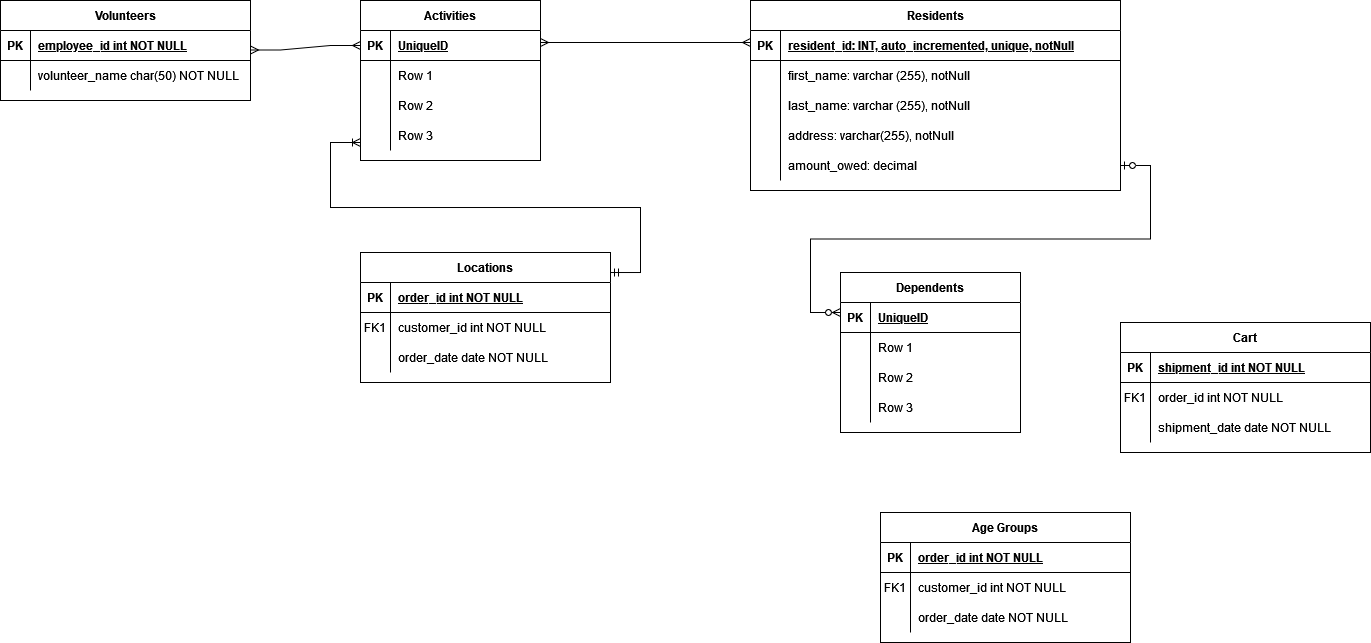
Before: 340.drawio.png, a diagram exported from draw.io (arse0039/340_db). Source tidied: cells renumbered, new cells last; positions are measured from the earlier drawing's top-left corner, leaving out a move shared by most shapes.
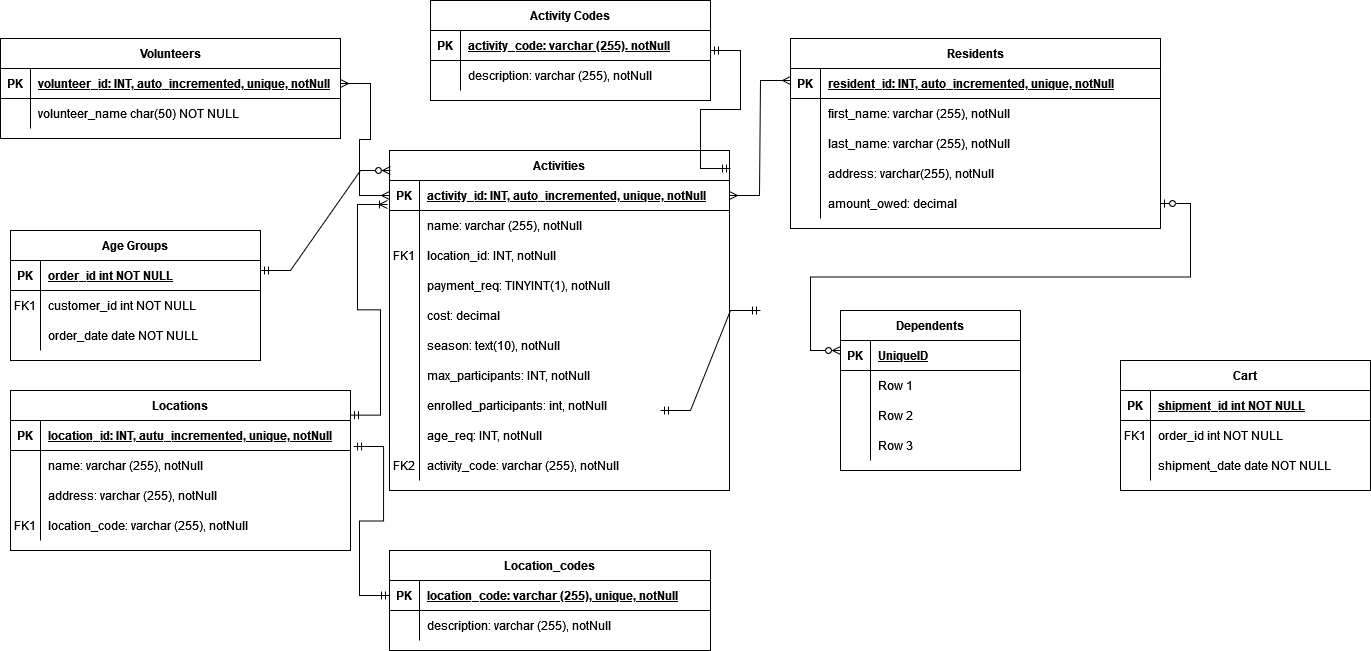
Above is the later version.

What changed in the source:
```diff
@@ -5,6 +5,6 @@
     <mxCell id="2" value="Locations" style="shape=table;startSize=30;rowLines=0;fontStyle=1;align=center;" parent="1" vertex="1">
-      <mxGeometry x="360" y="252" width="250" height="130" as="geometry" />
+      <mxGeometry x="10" y="352" width="340" height="160" as="geometry" />
     </mxCell>
     <mxCell id="3" style="shape=partialRectangle;fillColor=none;points=[[0,0.5],[1,0.5]];portConstraint=eastwest;top=0;left=0;right=0;bottom=1;" parent="2" vertex="1">
-      <mxGeometry y="30" width="250" height="30" as="geometry" />
+      <mxGeometry y="30" width="340" height="30" as="geometry" />
     </mxCell>
@@ -13,16 +13,16 @@
     </mxCell>
-    <mxCell id="5" value="order_id int NOT NULL " style="shape=partialRectangle;overflow=hidden;fillColor=none;top=0;left=0;bottom=0;right=0;align=left;spacingLeft=6;fontStyle=5;" parent="3" vertex="1">
-      <mxGeometry x="30" width="220" height="30" as="geometry" />
+    <mxCell id="5" value="location_id: INT, autu_incremented, unique, notNull" style="shape=partialRectangle;overflow=hidden;fillColor=none;top=0;left=0;bottom=0;right=0;align=left;spacingLeft=6;fontStyle=5;" parent="3" vertex="1">
+      <mxGeometry x="30" width="310" height="30" as="geometry" />
     </mxCell>
     <mxCell id="6" style="shape=partialRectangle;fillColor=none;top=0;left=0;right=0;bottom=0;" parent="2" vertex="1">
-      <mxGeometry y="60" width="250" height="30" as="geometry" />
+      <mxGeometry y="60" width="340" height="30" as="geometry" />
     </mxCell>
-    <mxCell id="7" value="FK1" style="shape=partialRectangle;overflow=hidden;fillColor=none;top=0;left=0;bottom=0;right=0;" parent="6" vertex="1">
+    <mxCell id="7" style="shape=partialRectangle;overflow=hidden;fillColor=none;top=0;left=0;bottom=0;right=0;" parent="6" vertex="1">
       <mxGeometry width="30" height="30" as="geometry" />
     </mxCell>
-    <mxCell id="8" value="customer_id int NOT NULL" style="shape=partialRectangle;overflow=hidden;fillColor=none;top=0;left=0;bottom=0;right=0;align=left;spacingLeft=6;" parent="6" vertex="1">
-      <mxGeometry x="30" width="220" height="30" as="geometry" />
+    <mxCell id="8" value="name: varchar (255), notNull" style="shape=partialRectangle;overflow=hidden;fillColor=none;top=0;left=0;bottom=0;right=0;align=left;spacingLeft=6;" parent="6" vertex="1">
+      <mxGeometry x="30" width="310" height="30" as="geometry" />
     </mxCell>
     <mxCell id="9" style="shape=partialRectangle;fillColor=none;top=0;left=0;right=0;bottom=0;" parent="2" vertex="1">
-      <mxGeometry y="90" width="250" height="30" as="geometry" />
+      <mxGeometry y="90" width="340" height="30" as="geometry" />
     </mxCell>
@@ -31,10 +31,19 @@
     </mxCell>
-    <mxCell id="11" value="order_date date NOT NULL" style="shape=partialRectangle;overflow=hidden;fillColor=none;top=0;left=0;bottom=0;right=0;align=left;spacingLeft=6;" parent="9" vertex="1">
-      <mxGeometry x="30" width="220" height="30" as="geometry" />
+    <mxCell id="11" value="address: varchar (255), notNull" style="shape=partialRectangle;overflow=hidden;fillColor=none;top=0;left=0;bottom=0;right=0;align=left;spacingLeft=6;" parent="9" vertex="1">
+      <mxGeometry x="30" width="310" height="30" as="geometry" />
     </mxCell>
+    <mxCell id="85" style="shape=partialRectangle;fillColor=none;top=0;left=0;right=0;bottom=0;" parent="2" vertex="1">
+      <mxGeometry y="120" width="340" height="30" as="geometry" />
+    </mxCell>
+    <mxCell id="86" value="FK1" style="shape=partialRectangle;overflow=hidden;fillColor=none;top=0;left=0;bottom=0;right=0;" parent="85" vertex="1">
+      <mxGeometry width="30" height="30" as="geometry" />
+    </mxCell>
+    <mxCell id="87" value="location_code: varchar (255), notNull" style="shape=partialRectangle;overflow=hidden;fillColor=none;top=0;left=0;bottom=0;right=0;align=left;spacingLeft=6;" parent="85" vertex="1">
+      <mxGeometry x="30" width="310" height="30" as="geometry" />
+    </mxCell>
     <mxCell id="12" value="Volunteers" style="shape=table;startSize=30;rowLines=0;fontStyle=1;align=center;" parent="1" vertex="1">
-      <mxGeometry width="250" height="100" as="geometry" />
+      <mxGeometry width="340" height="100" as="geometry" />
     </mxCell>
     <mxCell id="13" style="shape=partialRectangle;fillColor=none;points=[[0,0.5],[1,0.5]];portConstraint=eastwest;top=0;left=0;right=0;bottom=1;" parent="12" vertex="1">
-      <mxGeometry y="30" width="250" height="30" as="geometry" />
+      <mxGeometry y="30" width="340" height="30" as="geometry" />
     </mxCell>
@@ -43,7 +52,7 @@
     </mxCell>
-    <mxCell id="15" value="employee_id int NOT NULL " style="shape=partialRectangle;overflow=hidden;fillColor=none;top=0;left=0;bottom=0;right=0;align=left;spacingLeft=6;fontStyle=5;" parent="13" vertex="1">
-      <mxGeometry x="30" width="220" height="30" as="geometry" />
+    <mxCell id="15" value="volunteer_id: INT, auto_incremented, unique, notNull" style="shape=partialRectangle;overflow=hidden;fillColor=none;top=0;left=0;bottom=0;right=0;align=left;spacingLeft=6;fontStyle=5;" parent="13" vertex="1">
+      <mxGeometry x="30" width="310" height="30" as="geometry" />
     </mxCell>
     <mxCell id="16" style="shape=partialRectangle;fillColor=none;top=0;left=0;right=0;bottom=0;" parent="12" vertex="1">
-      <mxGeometry y="60" width="250" height="30" as="geometry" />
+      <mxGeometry y="60" width="340" height="30" as="geometry" />
     </mxCell>
@@ -53,6 +62,6 @@
     <mxCell id="18" value="volunteer_name char(50) NOT NULL" style="shape=partialRectangle;overflow=hidden;fillColor=none;top=0;left=0;bottom=0;right=0;align=left;spacingLeft=6;" parent="16" vertex="1">
-      <mxGeometry x="30" width="220" height="30" as="geometry" />
+      <mxGeometry x="30" width="310" height="30" as="geometry" />
     </mxCell>
     <mxCell id="19" value="Age Groups" style="shape=table;startSize=30;rowLines=0;fontStyle=1;align=center;" parent="1" vertex="1">
-      <mxGeometry x="880" y="512" width="250" height="130" as="geometry" />
+      <mxGeometry x="10" y="192" width="250" height="130" as="geometry" />
     </mxCell>
@@ -116,3 +125,3 @@
     <mxCell id="39" value="Residents" style="shape=table;startSize=30;rowLines=0;fontStyle=1;align=center;" parent="1" vertex="1">
-      <mxGeometry x="750" width="370" height="190" as="geometry" />
+      <mxGeometry x="790" width="370" height="190" as="geometry" />
     </mxCell>
@@ -164,6 +173,6 @@
     <mxCell id="55" value="Activities" style="shape=table;startSize=30;rowLines=0;fontStyle=1;align=center;" parent="1" vertex="1">
-      <mxGeometry x="360" width="180" height="160" as="geometry" />
+      <mxGeometry x="389" y="112" width="340" height="340" as="geometry" />
     </mxCell>
     <mxCell id="56" style="shape=tableRow;horizontal=0;startSize=0;swimlaneHead=0;swimlaneBody=0;fillColor=none;points=[[0,0.5],[1,0.5]];portConstraint=eastwest;top=0;left=0;right=0;bottom=1;" parent="55" vertex="1">
-      <mxGeometry y="30" width="180" height="30" as="geometry" />
+      <mxGeometry y="30" width="340" height="30" as="geometry" />
     </mxCell>
@@ -172,7 +181,7 @@
     </mxCell>
-    <mxCell id="58" value="UniqueID" style="shape=partialRectangle;fillColor=none;top=0;left=0;bottom=0;right=0;align=left;spacingLeft=6;fontStyle=5;overflow=hidden;" parent="56" vertex="1">
-      <mxGeometry x="30" width="150" height="30" as="geometry" />
+    <mxCell id="58" value="activity_id: INT, auto_incremented, unique, notNull" style="shape=partialRectangle;fillColor=none;top=0;left=0;bottom=0;right=0;align=left;spacingLeft=6;fontStyle=5;overflow=hidden;" parent="56" vertex="1">
+      <mxGeometry x="30" width="310" height="30" as="geometry" />
     </mxCell>
     <mxCell id="59" style="shape=tableRow;horizontal=0;startSize=0;swimlaneHead=0;swimlaneBody=0;fillColor=none;top=0;left=0;right=0;bottom=0;" parent="55" vertex="1">
-      <mxGeometry y="60" width="180" height="30" as="geometry" />
+      <mxGeometry y="60" width="340" height="30" as="geometry" />
     </mxCell>
@@ -181,16 +190,16 @@
     </mxCell>
-    <mxCell id="61" value="Row 1" style="shape=partialRectangle;fillColor=none;top=0;left=0;bottom=0;right=0;align=left;spacingLeft=6;overflow=hidden;" parent="59" vertex="1">
-      <mxGeometry x="30" width="150" height="30" as="geometry" />
+    <mxCell id="61" value="name: varchar (255), notNull" style="shape=partialRectangle;fillColor=none;top=0;left=0;bottom=0;right=0;align=left;spacingLeft=6;overflow=hidden;" parent="59" vertex="1">
+      <mxGeometry x="30" width="310" height="30" as="geometry" />
     </mxCell>
     <mxCell id="62" style="shape=tableRow;horizontal=0;startSize=0;swimlaneHead=0;swimlaneBody=0;fillColor=none;top=0;left=0;right=0;bottom=0;" parent="55" vertex="1">
-      <mxGeometry y="90" width="180" height="30" as="geometry" />
+      <mxGeometry y="90" width="340" height="30" as="geometry" />
     </mxCell>
-    <mxCell id="63" style="shape=partialRectangle;fillColor=none;top=0;left=0;bottom=0;right=0;overflow=hidden;" parent="62" vertex="1">
+    <mxCell id="63" value="FK1" style="shape=partialRectangle;fillColor=none;top=0;left=0;bottom=0;right=0;overflow=hidden;" parent="62" vertex="1">
       <mxGeometry width="30" height="30" as="geometry" />
     </mxCell>
-    <mxCell id="64" value="Row 2" style="shape=partialRectangle;fillColor=none;top=0;left=0;bottom=0;right=0;align=left;spacingLeft=6;overflow=hidden;" parent="62" vertex="1">
-      <mxGeometry x="30" width="150" height="30" as="geometry" />
+    <mxCell id="64" value="location_id: INT, notNull" style="shape=partialRectangle;fillColor=none;top=0;left=0;bottom=0;right=0;align=left;spacingLeft=6;overflow=hidden;" parent="62" vertex="1">
+      <mxGeometry x="30" width="310" height="30" as="geometry" />
     </mxCell>
     <mxCell id="65" style="shape=tableRow;horizontal=0;startSize=0;swimlaneHead=0;swimlaneBody=0;fillColor=none;top=0;left=0;right=0;bottom=0;" parent="55" vertex="1">
-      <mxGeometry y="120" width="180" height="30" as="geometry" />
+      <mxGeometry y="120" width="340" height="30" as="geometry" />
     </mxCell>
@@ -199,15 +208,66 @@
     </mxCell>
-    <mxCell id="67" value="Row 3" style="shape=partialRectangle;fillColor=none;top=0;left=0;bottom=0;right=0;align=left;spacingLeft=6;overflow=hidden;" parent="65" vertex="1">
-      <mxGeometry x="30" width="150" height="30" as="geometry" />
+    <mxCell id="67" value="payment_req: TINYINT(1), notNull" style="shape=partialRectangle;fillColor=none;top=0;left=0;bottom=0;right=0;align=left;spacingLeft=6;overflow=hidden;" parent="65" vertex="1">
+      <mxGeometry x="30" width="310" height="30" as="geometry" />
     </mxCell>
+    <mxCell id="88" style="shape=tableRow;horizontal=0;startSize=0;swimlaneHead=0;swimlaneBody=0;fillColor=none;top=0;left=0;right=0;bottom=0;" parent="55" vertex="1">
+      <mxGeometry y="150" width="340" height="30" as="geometry" />
+    </mxCell>
+    <mxCell id="89" style="shape=partialRectangle;fillColor=none;top=0;left=0;bottom=0;right=0;overflow=hidden;" parent="88" vertex="1">
+      <mxGeometry width="30" height="30" as="geometry" />
+    </mxCell>
+    <mxCell id="90" value="cost: decimal" style="shape=partialRectangle;fillColor=none;top=0;left=0;bottom=0;right=0;align=left;spacingLeft=6;overflow=hidden;" parent="88" vertex="1">
+      <mxGeometry x="30" width="310" height="30" as="geometry" />
+    </mxCell>
+    <mxCell id="91" style="shape=tableRow;horizontal=0;startSize=0;swimlaneHead=0;swimlaneBody=0;fillColor=none;top=0;left=0;right=0;bottom=0;" parent="55" vertex="1">
+      <mxGeometry y="180" width="340" height="30" as="geometry" />
+    </mxCell>
+    <mxCell id="92" style="shape=partialRectangle;fillColor=none;top=0;left=0;bottom=0;right=0;overflow=hidden;" parent="91" vertex="1">
+      <mxGeometry width="30" height="30" as="geometry" />
+    </mxCell>
+    <mxCell id="93" value="season: text(10), notNull    " style="shape=partialRectangle;fillColor=none;top=0;left=0;bottom=0;right=0;align=left;spacingLeft=6;overflow=hidden;" parent="91" vertex="1">
+      <mxGeometry x="30" width="310" height="30" as="geometry" />
+    </mxCell>
+    <mxCell id="94" style="shape=tableRow;horizontal=0;startSize=0;swimlaneHead=0;swimlaneBody=0;fillColor=none;top=0;left=0;right=0;bottom=0;" parent="55" vertex="1">
+      <mxGeometry y="210" width="340" height="30" as="geometry" />
+    </mxCell>
+    <mxCell id="95" style="shape=partialRectangle;fillColor=none;top=0;left=0;bottom=0;right=0;overflow=hidden;" parent="94" vertex="1">
+      <mxGeometry width="30" height="30" as="geometry" />
+    </mxCell>
+    <mxCell id="96" value="max_participants: INT, notNull " style="shape=partialRectangle;fillColor=none;top=0;left=0;bottom=0;right=0;align=left;spacingLeft=6;overflow=hidden;" parent="94" vertex="1">
+      <mxGeometry x="30" width="310" height="30" as="geometry" />
+    </mxCell>
+    <mxCell id="97" style="shape=tableRow;horizontal=0;startSize=0;swimlaneHead=0;swimlaneBody=0;fillColor=none;top=0;left=0;right=0;bottom=0;" parent="55" vertex="1">
+      <mxGeometry y="240" width="340" height="30" as="geometry" />
+    </mxCell>
+    <mxCell id="98" style="shape=partialRectangle;fillColor=none;top=0;left=0;bottom=0;right=0;overflow=hidden;" parent="97" vertex="1">
+      <mxGeometry width="30" height="30" as="geometry" />
+    </mxCell>
+    <mxCell id="99" value="enrolled_participants: int, notNull" style="shape=partialRectangle;fillColor=none;top=0;left=0;bottom=0;right=0;align=left;spacingLeft=6;overflow=hidden;" parent="97" vertex="1">
+      <mxGeometry x="30" width="310" height="30" as="geometry" />
+    </mxCell>
+    <mxCell id="100" style="shape=tableRow;horizontal=0;startSize=0;swimlaneHead=0;swimlaneBody=0;fillColor=none;top=0;left=0;right=0;bottom=0;" parent="55" vertex="1">
+      <mxGeometry y="270" width="340" height="30" as="geometry" />
+    </mxCell>
+    <mxCell id="101" style="shape=partialRectangle;fillColor=none;top=0;left=0;bottom=0;right=0;overflow=hidden;" parent="100" vertex="1">
+      <mxGeometry width="30" height="30" as="geometry" />
+    </mxCell>
+    <mxCell id="102" value="age_req: INT, notNull" style="shape=partialRectangle;fillColor=none;top=0;left=0;bottom=0;right=0;align=left;spacingLeft=6;overflow=hidden;" parent="100" vertex="1">
+      <mxGeometry x="30" width="310" height="30" as="geometry" />
+    </mxCell>
+    <mxCell id="103" style="shape=tableRow;horizontal=0;startSize=0;swimlaneHead=0;swimlaneBody=0;fillColor=none;top=0;left=0;right=0;bottom=0;" parent="55" vertex="1">
+      <mxGeometry y="300" width="340" height="30" as="geometry" />
+    </mxCell>
+    <mxCell id="104" value="FK2" style="shape=partialRectangle;fillColor=none;top=0;left=0;bottom=0;right=0;overflow=hidden;" parent="103" vertex="1">
+      <mxGeometry width="30" height="30" as="geometry" />
+    </mxCell>
+    <mxCell id="105" value="activity_code: varchar (255), notNull" style="shape=partialRectangle;fillColor=none;top=0;left=0;bottom=0;right=0;align=left;spacingLeft=6;overflow=hidden;" parent="103" vertex="1">
+      <mxGeometry x="30" width="310" height="30" as="geometry" />
+    </mxCell>
-    <mxCell id="68" style="edgeStyle=entityRelationEdgeStyle;fontSize=12;html=1;endArrow=ERmany;startArrow=ERmany;rounded=0;" parent="1" edge="1">
+    <mxCell id="68" style="edgeStyle=entityRelationEdgeStyle;fontSize=12;html=1;endArrow=ERmany;startArrow=ERmany;rounded=0;exitX=1;exitY=0.5;exitDx=0;exitDy=0;" parent="1" edge="1" source="56">
       <mxGeometry relative="1" as="geometry">
-        <mxPoint x="540" y="42" as="sourcePoint" />
-        <mxPoint x="750" y="42" as="targetPoint" />
+        <mxPoint x="790" y="42" as="targetPoint" />
       </mxGeometry>
     </mxCell>
-    <mxCell id="69" style="edgeStyle=entityRelationEdgeStyle;fontSize=12;html=1;endArrow=ERmany;startArrow=ERmany;rounded=0;entryX=0;entryY=0.5;entryDx=0;entryDy=0;" parent="1" edge="1" target="56">
-      <mxGeometry relative="1" as="geometry">
-        <mxPoint x="250" y="49.5" as="sourcePoint" />
-      </mxGeometry>
+    <mxCell id="69" style="edgeStyle=entityRelationEdgeStyle;fontSize=12;html=1;endArrow=ERmany;startArrow=ERmany;rounded=0;entryX=0;entryY=0.5;entryDx=0;entryDy=0;exitX=1;exitY=0.5;exitDx=0;exitDy=0;" parent="1" edge="1" source="13" target="56">
+      <mxGeometry relative="1" as="geometry" />
     </mxCell>
@@ -257,7 +317,65 @@
     </mxCell>
-    <mxCell id="84" style="edgeStyle=entityRelationEdgeStyle;fontSize=12;html=1;endArrow=ERoneToMany;startArrow=ERmandOne;rounded=0;exitX=1;exitY=0.154;exitDx=0;exitDy=0;exitPerimeter=0;" parent="1" edge="1" source="2">
-      <mxGeometry relative="1" as="geometry">
-        <mxPoint x="360" y="142" as="targetPoint" />
-      </mxGeometry>
+    <mxCell id="84" style="edgeStyle=entityRelationEdgeStyle;fontSize=12;html=1;endArrow=ERoneToMany;startArrow=ERmandOne;rounded=0;exitX=1;exitY=0.154;exitDx=0;exitDy=0;exitPerimeter=0;entryX=-0.006;entryY=0.8;entryDx=0;entryDy=0;entryPerimeter=0;" parent="1" edge="1" source="2" target="56">
+      <mxGeometry relative="1" as="geometry" />
     </mxCell>
+    <mxCell id="106" style="edgeStyle=entityRelationEdgeStyle;fontSize=12;html=1;endArrow=ERzeroToMany;startArrow=ERmandOne;rounded=0;" parent="1" edge="1">
+      <mxGeometry relative="1" as="geometry">
+        <mxPoint x="260" y="232" as="sourcePoint" />
+        <mxPoint x="390" y="132" as="targetPoint" />
+      </mxGeometry>
+    </mxCell>
+    <mxCell id="107" value="Activity Codes" style="shape=table;startSize=30;rowLines=0;fontStyle=1;align=center;" parent="1" vertex="1">
+      <mxGeometry x="430" y="-38" width="280" height="100" as="geometry" />
+    </mxCell>
+    <mxCell id="108" style="shape=tableRow;horizontal=0;startSize=0;swimlaneHead=0;swimlaneBody=0;fillColor=none;top=0;left=0;right=0;bottom=1;" parent="107" vertex="1">
+      <mxGeometry y="30" width="280" height="30" as="geometry" />
+    </mxCell>
+    <mxCell id="109" value="PK" style="shape=partialRectangle;fillColor=none;top=0;left=0;bottom=0;right=0;fontStyle=1;overflow=hidden;" parent="108" vertex="1">
+      <mxGeometry width="30" height="30" as="geometry" />
+    </mxCell>
+    <mxCell id="110" value="activity_code: varchar (255). notNull" style="shape=partialRectangle;fillColor=none;top=0;left=0;bottom=0;right=0;align=left;spacingLeft=6;fontStyle=5;overflow=hidden;" parent="108" vertex="1">
+      <mxGeometry x="30" width="250" height="30" as="geometry" />
+    </mxCell>
+    <mxCell id="111" style="shape=tableRow;horizontal=0;startSize=0;swimlaneHead=0;swimlaneBody=0;fillColor=none;top=0;left=0;right=0;bottom=0;" parent="107" vertex="1">
+      <mxGeometry y="60" width="280" height="30" as="geometry" />
+    </mxCell>
+    <mxCell id="112" style="shape=partialRectangle;fillColor=none;top=0;left=0;bottom=0;right=0;overflow=hidden;" parent="111" vertex="1">
+      <mxGeometry width="30" height="30" as="geometry" />
+    </mxCell>
+    <mxCell id="113" value="description: varchar (255), notNull" style="shape=partialRectangle;fillColor=none;top=0;left=0;bottom=0;right=0;align=left;spacingLeft=6;overflow=hidden;" parent="111" vertex="1">
+      <mxGeometry x="30" width="250" height="30" as="geometry" />
+    </mxCell>
+    <mxCell id="114" style="edgeStyle=entityRelationEdgeStyle;fontSize=12;html=1;endArrow=ERmandOne;startArrow=ERmandOne;rounded=0;" parent="1" edge="1">
+      <mxGeometry relative="1" as="geometry">
+        <mxPoint x="660" y="372" as="sourcePoint" />
+        <mxPoint x="760" y="272" as="targetPoint" />
+      </mxGeometry>
+    </mxCell>
+    <mxCell id="115" style="edgeStyle=entityRelationEdgeStyle;fontSize=12;html=1;endArrow=ERmandOne;startArrow=ERmandOne;rounded=0;exitX=1.003;exitY=0.053;exitDx=0;exitDy=0;exitPerimeter=0;entryX=1;entryY=0.5;entryDx=0;entryDy=0;" parent="1" edge="1" source="55" target="107">
+      <mxGeometry relative="1" as="geometry" />
+    </mxCell>
+    <mxCell id="116" value="Location_codes" style="shape=table;startSize=30;rowLines=0;fontStyle=1;align=center;" parent="1" vertex="1">
+      <mxGeometry x="389" y="512" width="321" height="100" as="geometry" />
+    </mxCell>
+    <mxCell id="117" style="shape=tableRow;horizontal=0;startSize=0;swimlaneHead=0;swimlaneBody=0;fillColor=none;points=[[0,0.5],[1,0.5]];portConstraint=eastwest;top=0;left=0;right=0;bottom=1;" parent="116" vertex="1">
+      <mxGeometry y="30" width="321" height="30" as="geometry" />
+    </mxCell>
+    <mxCell id="118" value="PK" style="shape=partialRectangle;fillColor=none;top=0;left=0;bottom=0;right=0;fontStyle=1;overflow=hidden;" parent="117" vertex="1">
+      <mxGeometry width="30" height="30" as="geometry" />
+    </mxCell>
+    <mxCell id="119" value="location_code: varchar (255), unique, notNull" style="shape=partialRectangle;fillColor=none;top=0;left=0;bottom=0;right=0;align=left;spacingLeft=6;fontStyle=5;overflow=hidden;" parent="117" vertex="1">
+      <mxGeometry x="30" width="291" height="30" as="geometry" />
+    </mxCell>
+    <mxCell id="120" style="shape=tableRow;horizontal=0;startSize=0;swimlaneHead=0;swimlaneBody=0;fillColor=none;top=0;left=0;right=0;bottom=0;" parent="116" vertex="1">
+      <mxGeometry y="60" width="321" height="30" as="geometry" />
+    </mxCell>
+    <mxCell id="121" style="shape=partialRectangle;fillColor=none;top=0;left=0;bottom=0;right=0;overflow=hidden;" parent="120" vertex="1">
+      <mxGeometry width="30" height="30" as="geometry" />
+    </mxCell>
+    <mxCell id="122" value="description: varchar (255), notNull" style="shape=partialRectangle;fillColor=none;top=0;left=0;bottom=0;right=0;align=left;spacingLeft=6;overflow=hidden;" parent="120" vertex="1">
+      <mxGeometry x="30" width="291" height="30" as="geometry" />
+    </mxCell>
+    <mxCell id="123" style="edgeStyle=entityRelationEdgeStyle;fontSize=12;html=1;endArrow=ERmandOne;startArrow=ERmandOne;rounded=0;exitX=1.009;exitY=0.867;exitDx=0;exitDy=0;exitPerimeter=0;entryX=0;entryY=0.5;entryDx=0;entryDy=0;" parent="1" edge="1" source="3" target="117">
+      <mxGeometry relative="1" as="geometry" />
+    </mxCell>
   </root>
```
